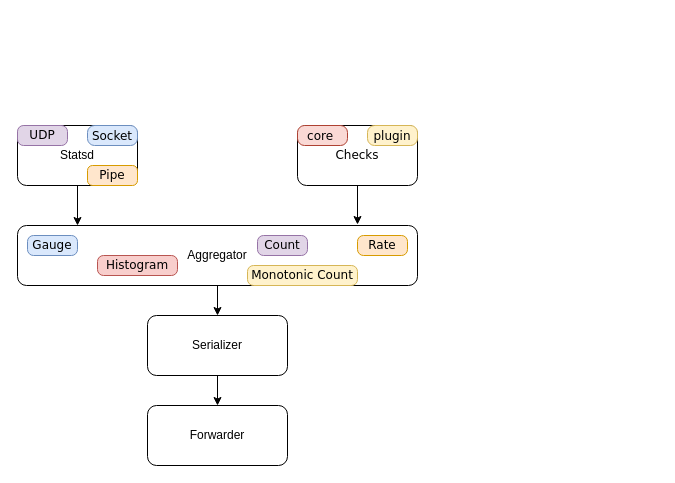
Before: page "Page-4" (4 of 4) of n9e.drawio in yubo/draw, a draw.io diagram. Source tidied: cells renumbered, new cells numbered last; positions are measured from the earlier drawing's top-left corner, leaving out a move shared by most shapes. Both pictures are drawn from the tidied source at 100%, with x=0, y=0 at pixel (17, 125).
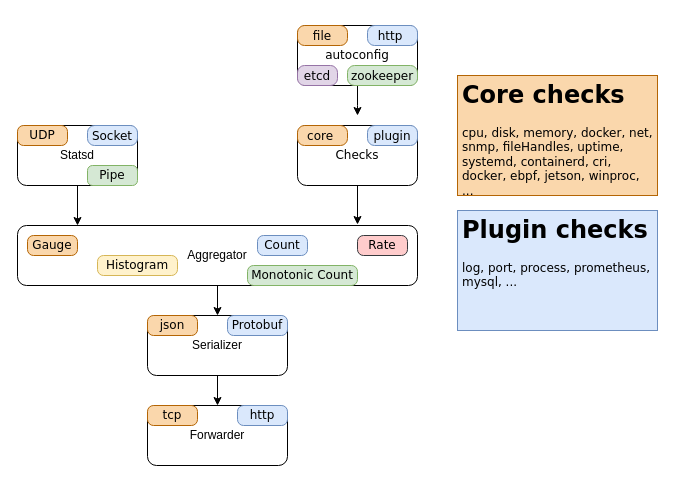
The same page after the edit.

Diff of the diagram source:
```diff
@@
-    <mxCell id="11" value="&lt;font style=&quot;font-size: 12px&quot;&gt;Pipe&lt;/font&gt;" style="rounded=1;whiteSpace=wrap;html=1;fontFamily=Verdana;arcSize=25;fillColor=#ffe6cc;strokeColor=#d79b00;" parent="1" vertex="1">
+    <mxCell id="11" value="&lt;font style=&quot;font-size: 12px&quot;&gt;Pipe&lt;/font&gt;" style="rounded=1;whiteSpace=wrap;html=1;fontFamily=Verdana;arcSize=25;fillColor=#d5e8d4;strokeColor=#82b366;" parent="1" vertex="1">
       <mxGeometry x="70" y="40" width="50" height="20" as="geometry" />
     </mxCell>
@@
-    <mxCell id="13" value="&lt;font style=&quot;font-size: 12px&quot;&gt;UDP&lt;/font&gt;" style="rounded=1;whiteSpace=wrap;html=1;fontFamily=Verdana;fillColor=#e1d5e7;strokeColor=#9673a6;arcSize=30;" parent="1" vertex="1">
+    <mxCell id="13" value="&lt;font style=&quot;font-size: 12px&quot;&gt;UDP&lt;/font&gt;" style="rounded=1;whiteSpace=wrap;html=1;fontFamily=Verdana;fillColor=#fad7ac;strokeColor=#b46504;arcSize=30;" parent="1" vertex="1">
       <mxGeometry width="50" height="20" as="geometry" />
     </mxCell>
-    <mxCell id="14" value="&lt;p style=&quot;line-height: 100%&quot;&gt;&lt;font style=&quot;font-size: 12px&quot;&gt;core&amp;nbsp;&lt;/font&gt;&lt;/p&gt;" style="rounded=1;whiteSpace=wrap;html=1;fontFamily=Verdana;fillColor=#fad9d5;strokeColor=#ae4132;arcSize=35;" parent="1" vertex="1">
+    <mxCell id="14" value="&lt;p style=&quot;line-height: 100%&quot;&gt;&lt;font style=&quot;font-size: 12px&quot;&gt;core&amp;nbsp;&lt;/font&gt;&lt;/p&gt;" style="rounded=1;whiteSpace=wrap;html=1;fontFamily=Verdana;fillColor=#fad7ac;strokeColor=#b46504;arcSize=35;" parent="1" vertex="1">
       <mxGeometry x="280" width="50" height="20" as="geometry" />
     </mxCell>
-    <mxCell id="15" value="&lt;p style=&quot;line-height: 100%&quot;&gt;&lt;font style=&quot;font-size: 12px&quot;&gt;plugin&lt;/font&gt;&lt;/p&gt;" style="rounded=1;whiteSpace=wrap;html=1;fontFamily=Verdana;fillColor=#fff2cc;strokeColor=#d6b656;arcSize=35;" parent="1" vertex="1">
+    <mxCell id="15" value="&lt;p style=&quot;line-height: 100%&quot;&gt;&lt;font style=&quot;font-size: 12px&quot;&gt;plugin&lt;/font&gt;&lt;/p&gt;" style="rounded=1;whiteSpace=wrap;html=1;fontFamily=Verdana;fillColor=#dae8fc;strokeColor=#6c8ebf;arcSize=35;" parent="1" vertex="1">
       <mxGeometry x="350" width="50" height="20" as="geometry" />
     </mxCell>
-    <mxCell id="16" value="&lt;font style=&quot;font-size: 12px&quot;&gt;Gauge&lt;/font&gt;" style="rounded=1;whiteSpace=wrap;html=1;fontFamily=Verdana;fillColor=#dae8fc;strokeColor=#6c8ebf;arcSize=30;" parent="1" vertex="1">
+    <mxCell id="16" value="&lt;font style=&quot;font-size: 12px&quot;&gt;Gauge&lt;/font&gt;" style="rounded=1;whiteSpace=wrap;html=1;fontFamily=Verdana;fillColor=#fad7ac;strokeColor=#b46504;arcSize=30;" parent="1" vertex="1">
       <mxGeometry x="10" y="110" width="50" height="20" as="geometry" />
     </mxCell>
-    <mxCell id="17" value="&lt;font style=&quot;font-size: 12px&quot;&gt;Count&lt;/font&gt;" style="rounded=1;whiteSpace=wrap;html=1;fontFamily=Verdana;fillColor=#e1d5e7;strokeColor=#9673a6;arcSize=30;" parent="1" vertex="1">
+    <mxCell id="17" value="&lt;font style=&quot;font-size: 12px&quot;&gt;Count&lt;/font&gt;" style="rounded=1;whiteSpace=wrap;html=1;fontFamily=Verdana;fillColor=#dae8fc;strokeColor=#6c8ebf;arcSize=30;" parent="1" vertex="1">
       <mxGeometry x="240" y="110" width="50" height="20" as="geometry" />
     </mxCell>
-    <mxCell id="18" value="&lt;font style=&quot;font-size: 12px&quot;&gt;Histogram&lt;/font&gt;" style="rounded=1;whiteSpace=wrap;html=1;fontFamily=Verdana;fillColor=#f8cecc;strokeColor=#b85450;arcSize=30;" parent="1" vertex="1">
+    <mxCell id="18" value="&lt;font style=&quot;font-size: 12px&quot;&gt;Histogram&lt;/font&gt;" style="rounded=1;whiteSpace=wrap;html=1;fontFamily=Verdana;fillColor=#fff2cc;strokeColor=#d6b656;arcSize=30;" parent="1" vertex="1">
       <mxGeometry x="80" y="130" width="80" height="20" as="geometry" />
     </mxCell>
-    <mxCell id="19" value="&lt;font style=&quot;font-size: 12px&quot;&gt;Rate&lt;/font&gt;" style="rounded=1;whiteSpace=wrap;html=1;fontFamily=Verdana;fillColor=#ffe6cc;strokeColor=#d79b00;arcSize=30;" parent="1" vertex="1">
+    <mxCell id="19" value="&lt;font style=&quot;font-size: 12px&quot;&gt;Rate&lt;/font&gt;" style="rounded=1;whiteSpace=wrap;html=1;fontFamily=Verdana;fillColor=#ffcccc;strokeColor=#36393d;arcSize=30;" parent="1" vertex="1">
       <mxGeometry x="340" y="110" width="50" height="20" as="geometry" />
     </mxCell>
-    <mxCell id="20" value="&lt;font style=&quot;font-size: 12px&quot;&gt;Monotonic Count&lt;/font&gt;" style="rounded=1;whiteSpace=wrap;html=1;fontFamily=Verdana;fillColor=#fff2cc;strokeColor=#d6b656;arcSize=30;" parent="1" vertex="1">
+    <mxCell id="20" value="&lt;font style=&quot;font-size: 12px&quot;&gt;Monotonic Count&lt;/font&gt;" style="rounded=1;whiteSpace=wrap;html=1;fontFamily=Verdana;fillColor=#d5e8d4;strokeColor=#82b366;arcSize=30;" parent="1" vertex="1">
       <mxGeometry x="230" y="140" width="110" height="20" as="geometry" />
     </mxCell>
+    <mxCell id="21" style="edgeStyle=orthogonalEdgeStyle;rounded=0;jettySize=auto;html=1;fontFamily=Verdana;" parent="1" edge="1" source="22">
+      <mxGeometry relative="1" as="geometry">
+        <mxPoint x="340" y="-10" as="targetPoint" />
+      </mxGeometry>
+    </mxCell>
+    <mxCell id="22" value="autoconfig" style="rounded=1;whiteSpace=wrap;html=1;fontFamily=Verdana;" parent="1" vertex="1">
+      <mxGeometry x="280" y="-100" width="120" height="60" as="geometry" />
+    </mxCell>
+    <mxCell id="23" value="&lt;p style=&quot;line-height: 100%&quot;&gt;&lt;font style=&quot;font-size: 12px&quot;&gt;file&lt;/font&gt;&lt;/p&gt;" style="rounded=1;whiteSpace=wrap;html=1;fontFamily=Verdana;fillColor=#fad7ac;strokeColor=#b46504;arcSize=35;" parent="1" vertex="1">
+      <mxGeometry x="280" y="-100" width="50" height="20" as="geometry" />
+    </mxCell>
+    <mxCell id="24" value="&lt;p style=&quot;line-height: 100%&quot;&gt;&lt;font style=&quot;font-size: 12px&quot;&gt;http&amp;nbsp;&lt;/font&gt;&lt;/p&gt;" style="rounded=1;whiteSpace=wrap;html=1;fontFamily=Verdana;fillColor=#dae8fc;strokeColor=#6c8ebf;arcSize=35;" parent="1" vertex="1">
+      <mxGeometry x="350" y="-100" width="50" height="20" as="geometry" />
+    </mxCell>
+    <mxCell id="25" value="&lt;p style=&quot;line-height: 100%&quot;&gt;&lt;font style=&quot;font-size: 12px&quot;&gt;et&lt;/font&gt;&lt;span&gt;cd&lt;/span&gt;&lt;/p&gt;" style="rounded=1;whiteSpace=wrap;html=1;fontFamily=Verdana;fillColor=#e1d5e7;strokeColor=#9673a6;arcSize=35;" parent="1" vertex="1">
+      <mxGeometry x="280" y="-60" width="40" height="20" as="geometry" />
+    </mxCell>
+    <mxCell id="26" value="&lt;p style=&quot;line-height: 100%&quot;&gt;zookeeper&lt;/p&gt;" style="rounded=1;whiteSpace=wrap;html=1;fontFamily=Verdana;fillColor=#d5e8d4;strokeColor=#82b366;arcSize=35;" parent="1" vertex="1">
+      <mxGeometry x="330" y="-60" width="70" height="20" as="geometry" />
+    </mxCell>
+    <mxCell id="27" value="&lt;font style=&quot;font-size: 12px&quot;&gt;json&lt;/font&gt;" style="rounded=1;whiteSpace=wrap;html=1;fontFamily=Verdana;fillColor=#fad7ac;strokeColor=#b46504;arcSize=30;" parent="1" vertex="1">
+      <mxGeometry x="130" y="190" width="50" height="20" as="geometry" />
+    </mxCell>
+    <mxCell id="28" value="&lt;font style=&quot;font-size: 12px&quot;&gt;Protobuf&lt;/font&gt;" style="rounded=1;whiteSpace=wrap;html=1;fontFamily=Verdana;fillColor=#dae8fc;strokeColor=#6c8ebf;arcSize=30;" parent="1" vertex="1">
+      <mxGeometry x="210" y="190" width="60" height="20" as="geometry" />
+    </mxCell>
+    <mxCell id="29" value="&lt;font style=&quot;font-size: 12px&quot;&gt;tcp&lt;/font&gt;" style="rounded=1;whiteSpace=wrap;html=1;fontFamily=Verdana;fillColor=#fad7ac;strokeColor=#b46504;arcSize=30;" parent="1" vertex="1">
+      <mxGeometry x="130" y="280" width="50" height="20" as="geometry" />
+    </mxCell>
+    <mxCell id="30" value="&lt;font style=&quot;font-size: 12px&quot;&gt;http&lt;/font&gt;" style="rounded=1;whiteSpace=wrap;html=1;fontFamily=Verdana;fillColor=#dae8fc;strokeColor=#6c8ebf;arcSize=30;" parent="1" vertex="1">
+      <mxGeometry x="220" y="280" width="50" height="20" as="geometry" />
+    </mxCell>
+    <mxCell id="31" value="&lt;h1&gt;Core checks&lt;/h1&gt;&lt;p&gt;cpu, disk, memory, docker, net, snmp, fileHandles, uptime, systemd, containerd, cri, docker, ebpf, jetson, winproc, ...&lt;/p&gt;" style="text;html=1;strokeColor=#b46504;fillColor=#fad7ac;spacing=5;spacingTop=-20;whiteSpace=wrap;overflow=hidden;rounded=0;fontFamily=Verdana;" parent="1" vertex="1">
+      <mxGeometry x="440" y="-50" width="200" height="120" as="geometry" />
+    </mxCell>
+    <mxCell id="32" value="&lt;h1&gt;Plugin checks&lt;/h1&gt;&lt;p&gt;log, port, process, prometheus, mysql, ...&lt;/p&gt;" style="text;html=1;strokeColor=#6c8ebf;fillColor=#dae8fc;spacing=5;spacingTop=-20;whiteSpace=wrap;overflow=hidden;rounded=0;fontFamily=Verdana;" parent="1" vertex="1">
+      <mxGeometry x="440" y="85" width="200" height="120" as="geometry" />
+    </mxCell>
```
